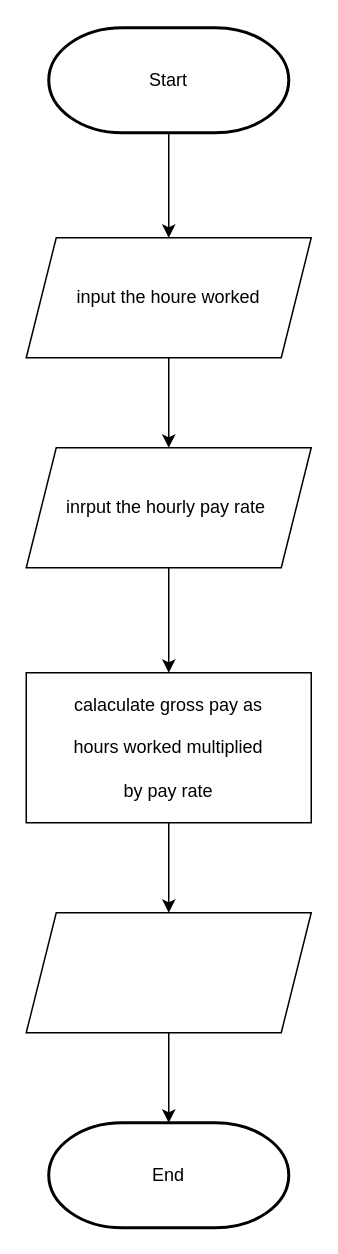
Thitkorn76/PythonClass keeps this draw.io diagram as Lecture01/testgit.py/Lecture02/Firstchart.drawio. Above is the earlier version. Source tidied: cells renumbered, new cells numbered last; positions are measured from the earlier drawing's top-left corner, leaving out a move shared by most shapes. Both pictures are drawn from the tidied source at 150%, with x=0, y=0 at pixel (26, 27).
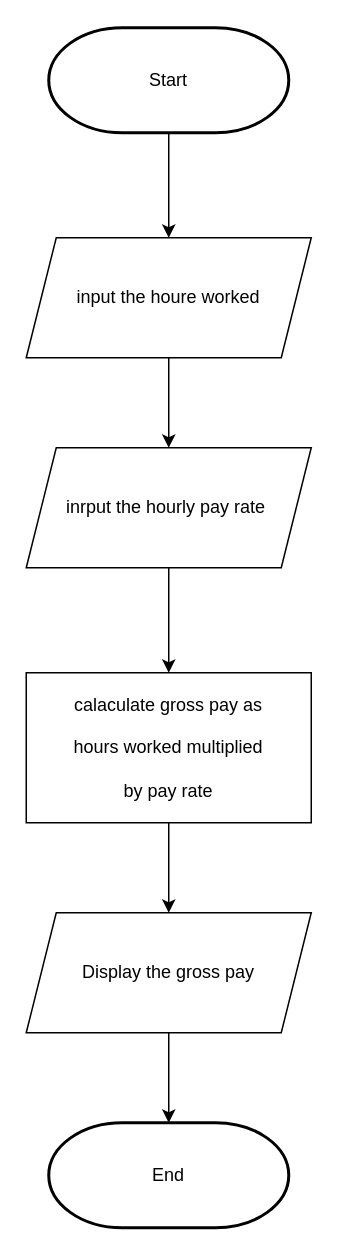
After the change.

Commit message (it also covers changes not shown here):
Draw the first Flowchart

Diff of the diagram source:
```diff
@@
 <mxGraphModel>
   <root>
     <mxCell id="0" />
     <mxCell id="1" parent="0" />
     <mxCell id="2" style="edgeStyle=none;html=1;entryX=0.5;entryY=0;entryDx=0;entryDy=0;" parent="1" edge="1" source="3">
       <mxGeometry relative="1" as="geometry">
         <mxPoint x="95" y="140" as="targetPoint" />
       </mxGeometry>
     </mxCell>
     <mxCell id="3" value="Start" style="strokeWidth=2;html=1;shape=mxgraph.flowchart.terminator;whiteSpace=wrap;" parent="1" vertex="1">
       <mxGeometry x="15" width="160" height="70" as="geometry" />
     </mxCell>
     <mxCell id="4" style="edgeStyle=none;html=1;" parent="1" edge="1" source="5">
       <mxGeometry relative="1" as="geometry">
         <mxPoint x="95" y="280" as="targetPoint" />
       </mxGeometry>
     </mxCell>
     <mxCell id="5" value="input the houre worked" style="shape=parallelogram;perimeter=parallelogramPerimeter;whiteSpace=wrap;html=1;fixedSize=1;" parent="1" vertex="1">
       <mxGeometry y="140" width="190" height="80" as="geometry" />
     </mxCell>
     <mxCell id="6" style="edgeStyle=none;html=1;" parent="1" edge="1" source="7" target="9">
       <mxGeometry relative="1" as="geometry" />
     </mxCell>
     <mxCell id="7" value="inrput the hourly pay rate&amp;nbsp;" style="shape=parallelogram;perimeter=parallelogramPerimeter;whiteSpace=wrap;html=1;fixedSize=1;" parent="1" vertex="1">
       <mxGeometry y="280" width="190" height="80" as="geometry" />
     </mxCell>
     <mxCell id="8" style="edgeStyle=none;html=1;" parent="1" edge="1" source="9" target="11">
       <mxGeometry relative="1" as="geometry" />
     </mxCell>
     <mxCell id="9" value="calaculate gross pay as&lt;br&gt;&lt;br&gt;hours worked multiplied&lt;br&gt;&lt;br&gt;by pay rate" style="whiteSpace=wrap;html=1;" parent="1" vertex="1">
       <mxGeometry y="430" width="190" height="100" as="geometry" />
     </mxCell>
     <mxCell id="10" style="edgeStyle=none;html=1;" parent="1" edge="1" source="11" target="12">
       <mxGeometry relative="1" as="geometry" />
     </mxCell>
-    <mxCell id="11" style="shape=parallelogram;perimeter=parallelogramPerimeter;whiteSpace=wrap;html=1;fixedSize=1;" parent="1" vertex="1">
+    <mxCell id="11" value="Display the gross pay" style="shape=parallelogram;perimeter=parallelogramPerimeter;whiteSpace=wrap;html=1;fixedSize=1;" parent="1" vertex="1">
       <mxGeometry y="590" width="190" height="80" as="geometry" />
     </mxCell>
     <mxCell id="12" value="End" style="strokeWidth=2;html=1;shape=mxgraph.flowchart.terminator;whiteSpace=wrap;" parent="1" vertex="1">
       <mxGeometry x="15" y="730" width="160" height="70" as="geometry" />
     </mxCell>
   </root>
 </mxGraphModel>
```
